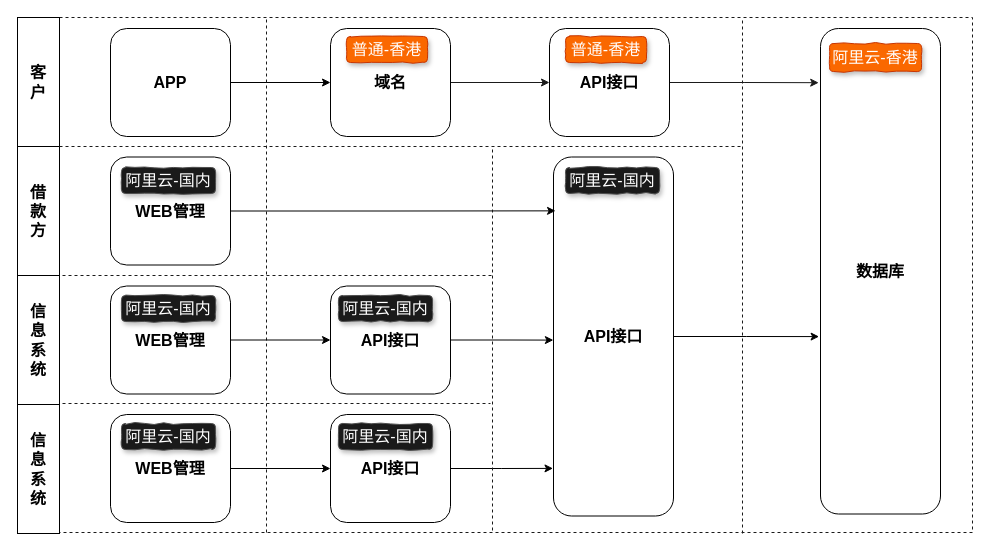
Before: pmp-wx.drawio in yiuked/diagram, a draw.io diagram. Source tidied: cells renumbered, new cells numbered last; positions are measured from the earlier drawing's top-left corner, leaving out a move shared by most shapes. Both pictures are drawn from the tidied source at 100%, with x=0, y=0 at pixel (17, 17).
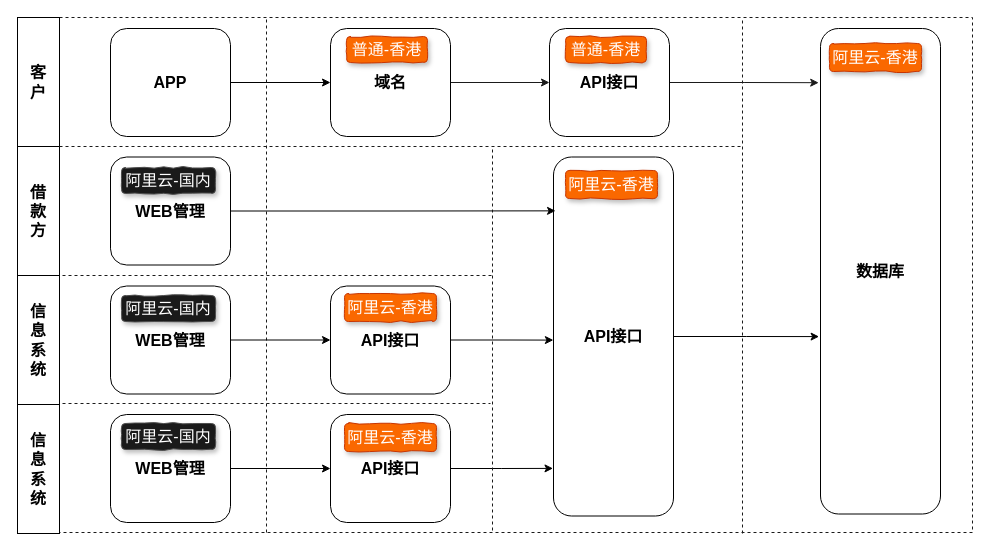
The same page after the edit.

What changed in the source:
```diff
@@
-    <mxCell id="30" value="阿里云-国内" style="text;html=1;strokeColor=#4D4D4D;fillColor=#1A1A1A;align=center;verticalAlign=middle;whiteSpace=wrap;rounded=1;fontSize=16;labelBackgroundColor=none;fontColor=#ffffff;labelBorderColor=none;spacingTop=0;spacingLeft=0;shadow=1;glass=0;comic=1;" parent="1" vertex="1">
-      <mxGeometry x="548" y="150" width="94" height="26" as="geometry" />
-    </mxCell>
@@
-    <mxCell id="36" value="阿里云-国内" style="text;html=1;strokeColor=#4D4D4D;fillColor=#1A1A1A;align=center;verticalAlign=middle;whiteSpace=wrap;rounded=1;fontSize=16;labelBackgroundColor=none;fontColor=#ffffff;labelBorderColor=none;spacingTop=0;spacingLeft=0;shadow=1;glass=0;comic=1;" parent="1" vertex="1">
-      <mxGeometry x="321" y="278" width="94" height="26" as="geometry" />
-    </mxCell>
@@
-    <mxCell id="38" value="阿里云-国内" style="text;html=1;strokeColor=#4D4D4D;fillColor=#1A1A1A;align=center;verticalAlign=middle;whiteSpace=wrap;rounded=1;fontSize=16;labelBackgroundColor=none;fontColor=#ffffff;labelBorderColor=none;spacingTop=0;spacingLeft=0;shadow=1;glass=0;comic=1;" parent="1" vertex="1">
-      <mxGeometry x="321" y="406" width="94" height="26" as="geometry" />
-    </mxCell>
@@
+    <mxCell id="41" value="阿里云-香港" style="text;html=1;strokeColor=#C73500;fillColor=#fa6800;align=center;verticalAlign=middle;whiteSpace=wrap;rounded=1;fontSize=16;labelBackgroundColor=none;fontColor=#ffffff;labelBorderColor=none;spacingTop=0;spacingLeft=0;shadow=1;glass=0;comic=1;" parent="1" vertex="1">
+      <mxGeometry x="548" y="153" width="92" height="28" as="geometry" />
+    </mxCell>
+    <mxCell id="42" value="阿里云-香港" style="text;html=1;strokeColor=#C73500;fillColor=#fa6800;align=center;verticalAlign=middle;whiteSpace=wrap;rounded=1;fontSize=16;labelBackgroundColor=none;fontColor=#ffffff;labelBorderColor=none;spacingTop=0;spacingLeft=0;shadow=1;glass=0;comic=1;" parent="1" vertex="1">
+      <mxGeometry x="327" y="276" width="92" height="28" as="geometry" />
+    </mxCell>
+    <mxCell id="43" value="阿里云-香港" style="text;html=1;strokeColor=#C73500;fillColor=#fa6800;align=center;verticalAlign=middle;whiteSpace=wrap;rounded=1;fontSize=16;labelBackgroundColor=none;fontColor=#ffffff;labelBorderColor=none;spacingTop=0;spacingLeft=0;shadow=1;glass=0;comic=1;" parent="1" vertex="1">
+      <mxGeometry x="327" y="406" width="92" height="28" as="geometry" />
+    </mxCell>
```
